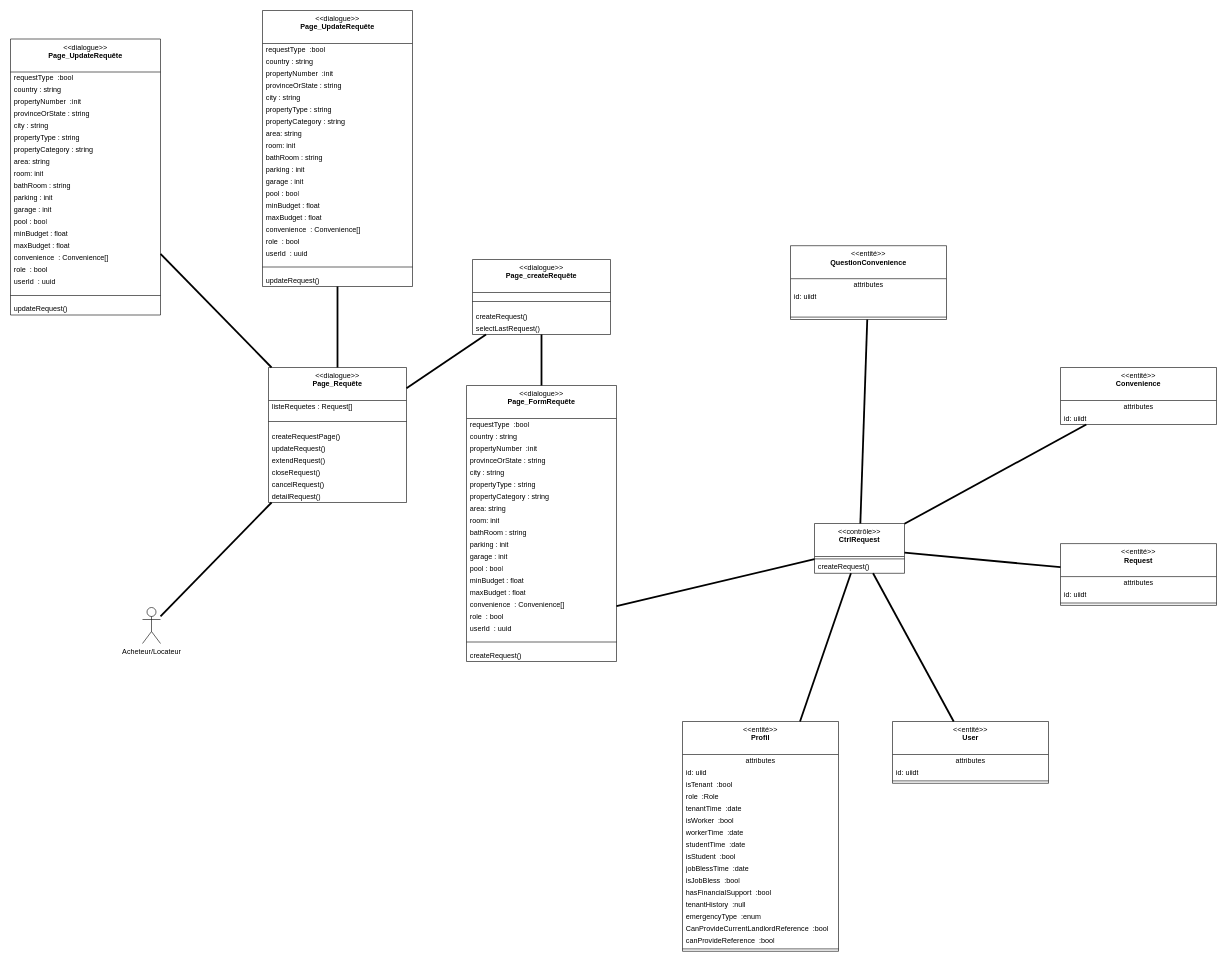
Kaji17/Diagramme-UML keeps this draw.io diagram as page "DCP-REQUETE" (11 of 11) of Diagramme-vone-2024.drawio. Above is the earlier version. Source tidied: cells renumbered, new cells numbered last; positions are measured from the earlier drawing's top-left corner, leaving out a move shared by most shapes. Both pictures are drawn from the tidied source at 60%, with x=0, y=0 at pixel (10, 10).
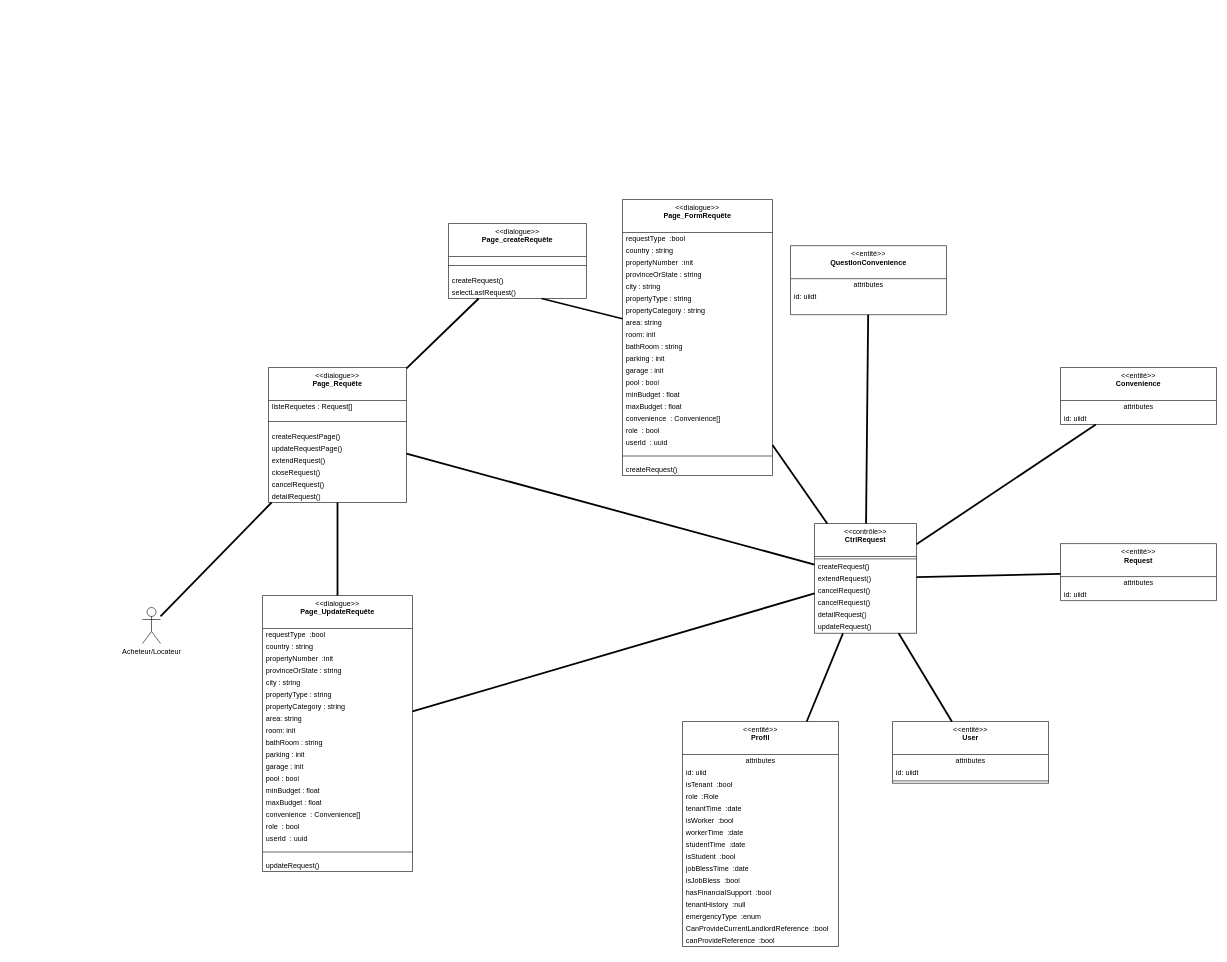
The same diagram, later.

Commit message:
Mettre à jour Diagramme-vone-2024.drawio

Unchanged cells that the change refers to:
```xml
<mxCell id="3" value="&amp;lt;&amp;lt;dialogue&amp;gt;&amp;gt;&lt;br&gt;&lt;b&gt;Page_Requête&lt;br&gt;&lt;/b&gt;" style="swimlane;fontStyle=0;align=center;verticalAlign=top;horizontal=1;startSize=55;html=1;whiteSpace=wrap;" parent="1" vertex="1">
  <mxGeometry x="430" y="595" width="230" height="225" as="geometry" />
</mxCell>
```

The edit, as a diff of the source:
```diff
@@
-    <mxCell id="7" value="updateRequest()" style="text;html=1;align=left;verticalAlign=middle;spacingLeft=4;spacingRight=4;overflow=hidden;whiteSpace=wrap;" parent="3" vertex="1">
+    <mxCell id="7" value="updateRequestPage()" style="text;html=1;align=left;verticalAlign=middle;spacingLeft=4;spacingRight=4;overflow=hidden;whiteSpace=wrap;" parent="3" vertex="1">
       <mxGeometry y="125" width="230" height="20" as="geometry" />
     </mxCell>
@@
     <mxCell id="14" value="&amp;lt;&amp;lt;dialogue&amp;gt;&amp;gt;&lt;br&gt;&lt;b&gt;Page_createRequête&lt;br&gt;&lt;/b&gt;" style="swimlane;fontStyle=0;align=center;verticalAlign=top;horizontal=1;startSize=55;html=1;whiteSpace=wrap;" parent="1" vertex="1">
-      <mxGeometry x="770" y="415" width="230" height="125" as="geometry" />
+      <mxGeometry x="730" y="355" width="230" height="125" as="geometry" />
     </mxCell>
@@
     <mxCell id="18" value="&amp;lt;&amp;lt;dialogue&amp;gt;&amp;gt;&lt;br&gt;&lt;b&gt;Page_FormRequête&lt;br&gt;&lt;/b&gt;" style="swimlane;fontStyle=0;align=center;verticalAlign=top;horizontal=1;startSize=55;html=1;whiteSpace=wrap;" parent="1" vertex="1">
-      <mxGeometry x="760" y="625" width="250" height="460" as="geometry" />
+      <mxGeometry x="1020" y="315" width="250" height="460" as="geometry" />
     </mxCell>
@@
     <mxCell id="40" value="&amp;lt;&amp;lt;contrôle&amp;gt;&amp;gt;&lt;br&gt;&lt;b&gt;CtrlRequest&lt;/b&gt;" style="swimlane;fontStyle=0;align=center;verticalAlign=top;horizontal=1;startSize=55;html=1;whiteSpace=wrap;" parent="1" vertex="1">
-      <mxGeometry x="1340" y="855" width="150" height="83" as="geometry" />
+      <mxGeometry x="1340" y="855" width="170" height="183" as="geometry" />
     </mxCell>
     <mxCell id="41" style="line;strokeWidth=1;align=left;verticalAlign=middle;spacingTop=-1;spacingLeft=3;spacingRight=3;labelPosition=right;" parent="40" vertex="1">
-      <mxGeometry y="55" width="150" height="8" as="geometry" />
+      <mxGeometry y="55" width="170" height="8" as="geometry" />
     </mxCell>
     <mxCell id="42" value="createRequest()" style="text;html=1;align=left;verticalAlign=middle;spacingLeft=4;spacingRight=4;overflow=hidden;whiteSpace=wrap;" parent="40" vertex="1">
-      <mxGeometry y="63" width="150" height="20" as="geometry" />
+      <mxGeometry y="63" width="170" height="20" as="geometry" />
     </mxCell>
+    <mxCell id="127" value="extendRequest()" style="text;html=1;align=left;verticalAlign=middle;spacingLeft=4;spacingRight=4;overflow=hidden;whiteSpace=wrap;" parent="40" vertex="1">
+      <mxGeometry y="83" width="170" height="20" as="geometry" />
+    </mxCell>
+    <mxCell id="128" value="cancelRequest()" style="text;html=1;align=left;verticalAlign=middle;spacingLeft=4;spacingRight=4;overflow=hidden;whiteSpace=wrap;" parent="40" vertex="1">
+      <mxGeometry y="103" width="170" height="20" as="geometry" />
+    </mxCell>
+    <mxCell id="129" value="cancelRequest()" style="text;html=1;align=left;verticalAlign=middle;spacingLeft=4;spacingRight=4;overflow=hidden;whiteSpace=wrap;" parent="40" vertex="1">
+      <mxGeometry y="123" width="170" height="20" as="geometry" />
+    </mxCell>
+    <mxCell id="130" value="detailRequest()" style="text;html=1;align=left;verticalAlign=middle;spacingLeft=4;spacingRight=4;overflow=hidden;whiteSpace=wrap;" parent="40" vertex="1">
+      <mxGeometry y="143" width="170" height="20" as="geometry" />
+    </mxCell>
+    <mxCell id="125" value="updateRequest()" style="text;html=1;align=left;verticalAlign=middle;spacingLeft=4;spacingRight=4;overflow=hidden;whiteSpace=wrap;" parent="40" vertex="1">
+      <mxGeometry y="163" width="170" height="20" as="geometry" />
+    </mxCell>
-    <mxCell id="43" style="endArrow=none;startArrow=none;endFill=0;startFill=0;endSize=8;html=1;verticalAlign=bottom;labelBackgroundColor=none;strokeWidth=3;rounded=0;" parent="1" edge="1" source="40">
-      <mxGeometry relative="1" as="geometry">
-        <mxPoint x="1010" y="992.7" as="targetPoint" />
-      </mxGeometry>
+    <mxCell id="43" style="endArrow=none;startArrow=none;endFill=0;startFill=0;endSize=8;html=1;verticalAlign=bottom;labelBackgroundColor=none;strokeWidth=3;rounded=0;" parent="1" edge="1" source="40" target="3">
+      <mxGeometry relative="1" as="geometry" />
     </mxCell>
     <mxCell id="44" value="&amp;lt;&amp;lt;entité&amp;gt;&amp;gt;&lt;br&gt;&lt;b&gt;Request&lt;/b&gt;" style="swimlane;fontStyle=0;align=center;verticalAlign=top;horizontal=1;startSize=55;html=1;whiteSpace=wrap;" parent="1" vertex="1">
-      <mxGeometry x="1750" y="888.5" width="260" height="103" as="geometry" />
+      <mxGeometry x="1750" y="888.5" width="260" height="95" as="geometry" />
     </mxCell>
@@
-    <mxCell id="47" style="line;strokeWidth=1;align=left;verticalAlign=middle;spacingTop=-1;spacingLeft=3;spacingRight=3;labelPosition=right;" parent="44" vertex="1">
-      <mxGeometry y="95" width="260" height="8" as="geometry" />
-    </mxCell>
@@
     <mxCell id="54" value="&amp;lt;&amp;lt;entité&amp;gt;&amp;gt;&lt;br&gt;&lt;b&gt;Profil&lt;/b&gt;" style="swimlane;fontStyle=0;align=center;verticalAlign=top;horizontal=1;startSize=55;html=1;whiteSpace=wrap;" parent="1" vertex="1">
-      <mxGeometry x="1120" y="1185" width="260" height="383" as="geometry" />
+      <mxGeometry x="1120" y="1185" width="260" height="375" as="geometry" />
     </mxCell>
@@
-    <mxCell id="71" style="line;strokeWidth=1;align=left;verticalAlign=middle;spacingTop=-1;spacingLeft=3;spacingRight=3;labelPosition=right;" parent="54" vertex="1">
-      <mxGeometry y="375" width="260" height="8" as="geometry" />
-    </mxCell>
@@
     <mxCell id="78" value="&amp;lt;&amp;lt;entité&amp;gt;&amp;gt;&lt;br&gt;&lt;b&gt;QuestionConvenience&lt;/b&gt;" style="swimlane;fontStyle=0;align=center;verticalAlign=top;horizontal=1;startSize=55;html=1;whiteSpace=wrap;" parent="1" vertex="1">
-      <mxGeometry x="1300" y="392" width="260" height="123" as="geometry" />
+      <mxGeometry x="1300" y="392" width="260" height="115" as="geometry" />
     </mxCell>
@@
-    <mxCell id="82" style="line;strokeWidth=1;align=left;verticalAlign=middle;spacingTop=-1;spacingLeft=3;spacingRight=3;labelPosition=right;" parent="78" vertex="1">
-      <mxGeometry y="115" width="260" height="8" as="geometry" />
-    </mxCell>
     <mxCell id="83" value="&amp;lt;&amp;lt;dialogue&amp;gt;&amp;gt;&lt;br&gt;&lt;b&gt;Page_UpdateRequête&lt;br&gt;&lt;/b&gt;" style="swimlane;fontStyle=0;align=center;verticalAlign=top;horizontal=1;startSize=55;html=1;whiteSpace=wrap;" parent="1" vertex="1">
-      <mxGeometry x="420" width="250" height="460" as="geometry" />
+      <mxGeometry x="420" y="975" width="250" height="460" as="geometry" />
     </mxCell>
@@
-    <mxCell id="105" value="&amp;lt;&amp;lt;dialogue&amp;gt;&amp;gt;&lt;br&gt;&lt;b&gt;Page_UpdateRequête&lt;br&gt;&lt;/b&gt;" style="swimlane;fontStyle=0;align=center;verticalAlign=top;horizontal=1;startSize=55;html=1;whiteSpace=wrap;" parent="1" vertex="1">
-      <mxGeometry y="47.5" width="250" height="460" as="geometry" />
-    </mxCell>
-    <mxCell id="106" value="requestType &amp;nbsp;:bool" style="text;html=1;align=left;verticalAlign=middle;spacingLeft=4;spacingRight=4;overflow=hidden;whiteSpace=wrap;" parent="105" vertex="1">
-      <mxGeometry y="55" width="250" height="20" as="geometry" />
-    </mxCell>
-    <mxCell id="107" value="country : string" style="text;html=1;align=left;verticalAlign=middle;spacingLeft=4;spacingRight=4;overflow=hidden;whiteSpace=wrap;" parent="105" vertex="1">
-      <mxGeometry y="75" width="250" height="20" as="geometry" />
-    </mxCell>
-    <mxCell id="108" value="propertyNumber &amp;nbsp;:init" style="text;html=1;align=left;verticalAlign=middle;spacingLeft=4;spacingRight=4;overflow=hidden;whiteSpace=wrap;" parent="105" vertex="1">
-      <mxGeometry y="95" width="250" height="20" as="geometry" />
-    </mxCell>
-    <mxCell id="109" value="provinceOrState : string" style="text;html=1;align=left;verticalAlign=middle;spacingLeft=4;spacingRight=4;overflow=hidden;whiteSpace=wrap;" parent="105" vertex="1">
-      <mxGeometry y="115" width="250" height="20" as="geometry" />
-    </mxCell>
-    <mxCell id="110" value="city : string" style="text;html=1;align=left;verticalAlign=middle;spacingLeft=4;spacingRight=4;overflow=hidden;whiteSpace=wrap;" parent="105" vertex="1">
-      <mxGeometry y="135" width="250" height="20" as="geometry" />
-    </mxCell>
-    <mxCell id="111" value="propertyType : string" style="text;html=1;align=left;verticalAlign=middle;spacingLeft=4;spacingRight=4;overflow=hidden;whiteSpace=wrap;" parent="105" vertex="1">
-      <mxGeometry y="155" width="250" height="20" as="geometry" />
-    </mxCell>
-    <mxCell id="112" value="propertyCategory : string" style="text;html=1;align=left;verticalAlign=middle;spacingLeft=4;spacingRight=4;overflow=hidden;whiteSpace=wrap;" parent="105" vertex="1">
-      <mxGeometry y="175" width="250" height="20" as="geometry" />
-    </mxCell>
-    <mxCell id="113" value="area: string" style="text;html=1;align=left;verticalAlign=middle;spacingLeft=4;spacingRight=4;overflow=hidden;whiteSpace=wrap;" parent="105" vertex="1">
-      <mxGeometry y="195" width="250" height="20" as="geometry" />
-    </mxCell>
-    <mxCell id="114" value="room: init" style="text;html=1;align=left;verticalAlign=middle;spacingLeft=4;spacingRight=4;overflow=hidden;whiteSpace=wrap;" parent="105" vertex="1">
-      <mxGeometry y="215" width="250" height="20" as="geometry" />
-    </mxCell>
-    <mxCell id="115" value="bathRoom : string" style="text;html=1;align=left;verticalAlign=middle;spacingLeft=4;spacingRight=4;overflow=hidden;whiteSpace=wrap;" parent="105" vertex="1">
-      <mxGeometry y="235" width="250" height="20" as="geometry" />
-    </mxCell>
-    <mxCell id="116" value="parking : init" style="text;html=1;align=left;verticalAlign=middle;spacingLeft=4;spacingRight=4;overflow=hidden;whiteSpace=wrap;" parent="105" vertex="1">
-      <mxGeometry y="255" width="250" height="20" as="geometry" />
-    </mxCell>
-    <mxCell id="117" value="garage : init" style="text;html=1;align=left;verticalAlign=middle;spacingLeft=4;spacingRight=4;overflow=hidden;whiteSpace=wrap;" parent="105" vertex="1">
-      <mxGeometry y="275" width="250" height="20" as="geometry" />
-    </mxCell>
-    <mxCell id="118" value="pool : bool" style="text;html=1;align=left;verticalAlign=middle;spacingLeft=4;spacingRight=4;overflow=hidden;whiteSpace=wrap;" parent="105" vertex="1">
-      <mxGeometry y="295" width="250" height="20" as="geometry" />
-    </mxCell>
-    <mxCell id="119" value="minBudget : float" style="text;html=1;align=left;verticalAlign=middle;spacingLeft=4;spacingRight=4;overflow=hidden;whiteSpace=wrap;" parent="105" vertex="1">
-      <mxGeometry y="315" width="250" height="20" as="geometry" />
-    </mxCell>
-    <mxCell id="120" value="maxBudget : float" style="text;html=1;align=left;verticalAlign=middle;spacingLeft=4;spacingRight=4;overflow=hidden;whiteSpace=wrap;" parent="105" vertex="1">
-      <mxGeometry y="335" width="250" height="20" as="geometry" />
-    </mxCell>
-    <mxCell id="121" value="convenience &amp;nbsp;: Convenience[]" style="text;html=1;align=left;verticalAlign=middle;spacingLeft=4;spacingRight=4;overflow=hidden;whiteSpace=wrap;" parent="105" vertex="1">
-      <mxGeometry y="355" width="250" height="20" as="geometry" />
-    </mxCell>
-    <mxCell id="122" value="role &amp;nbsp;: bool" style="text;html=1;align=left;verticalAlign=middle;spacingLeft=4;spacingRight=4;overflow=hidden;whiteSpace=wrap;" parent="105" vertex="1">
-      <mxGeometry y="375" width="250" height="20" as="geometry" />
-    </mxCell>
-    <mxCell id="123" value="userId &amp;nbsp;: uuid" style="text;html=1;align=left;verticalAlign=middle;spacingLeft=4;spacingRight=4;overflow=hidden;whiteSpace=wrap;" parent="105" vertex="1">
-      <mxGeometry y="395" width="250" height="20" as="geometry" />
-    </mxCell>
-    <mxCell id="124" style="line;strokeWidth=1;align=left;verticalAlign=middle;spacingTop=-1;spacingLeft=3;spacingRight=3;labelPosition=right;" parent="105" vertex="1">
-      <mxGeometry y="415" width="250" height="25" as="geometry" />
-    </mxCell>
-    <mxCell id="125" value="updateRequest()" style="text;html=1;align=left;verticalAlign=middle;spacingLeft=4;spacingRight=4;overflow=hidden;whiteSpace=wrap;" parent="105" vertex="1">
-      <mxGeometry y="440" width="250" height="20" as="geometry" />
-    </mxCell>
-    <mxCell id="126" style="endArrow=none;startArrow=none;endFill=0;startFill=0;endSize=8;html=1;verticalAlign=bottom;labelBackgroundColor=none;strokeWidth=3;rounded=0;" parent="1" edge="1" source="105" target="3">
-      <mxGeometry relative="1" as="geometry" />
-    </mxCell>
+    <mxCell id="131" style="endArrow=none;startArrow=none;endFill=0;startFill=0;endSize=8;html=1;verticalAlign=bottom;labelBackgroundColor=none;strokeWidth=3;rounded=0;" parent="1" edge="1" source="40" target="18">
+      <mxGeometry relative="1" as="geometry" />
+    </mxCell>
+    <mxCell id="132" style="endArrow=none;startArrow=none;endFill=0;startFill=0;endSize=8;html=1;verticalAlign=bottom;labelBackgroundColor=none;strokeWidth=3;rounded=0;" parent="1" edge="1" source="40" target="83">
+      <mxGeometry relative="1" as="geometry" />
+    </mxCell>
```
